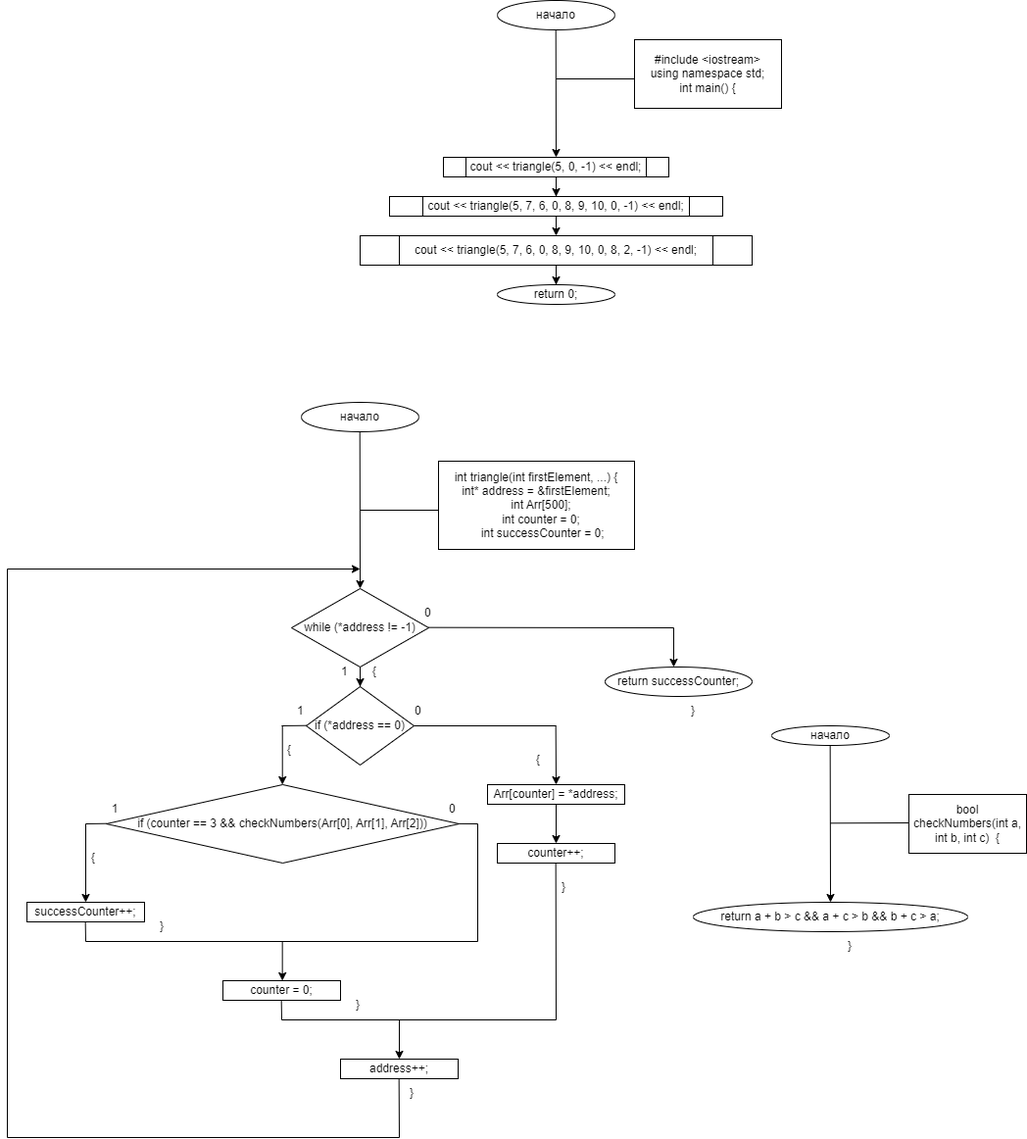
Earlier version of the draw.io export 7.2/Блок схема 7.2.png (BlackSerperior6/LabWork7). Source tidied: cells renumbered, new cells last; positions are measured from the earlier drawing's top-left corner, leaving out a move shared by most shapes. Source of this version:
```xml
<mxGraphModel>
  <root>
    <mxCell id="0" />
    <mxCell id="1" parent="0" />
    <mxCell id="2" value="начало" style="ellipse;whiteSpace=wrap;html=1;" parent="1" vertex="1">
      <mxGeometry x="500" width="120" height="30" as="geometry" />
    </mxCell>
    <mxCell id="3" style="endArrow=none;html=1;rounded=0;" parent="1" edge="1">
      <mxGeometry relative="1" as="geometry">
        <mxPoint x="560" y="80" as="sourcePoint" />
        <mxPoint x="640" y="80" as="targetPoint" />
      </mxGeometry>
    </mxCell>
    <mxCell id="4" value="&lt;div&gt;&lt;div&gt;#include &amp;lt;iostream&amp;gt;&lt;/div&gt;&lt;div&gt;using namespace std;&lt;/div&gt;&lt;/div&gt;&lt;div&gt;int main()&amp;nbsp;&lt;span style=&quot;background-color: initial;&quot;&gt;{&lt;/span&gt;&lt;/div&gt;" style="rounded=0;whiteSpace=wrap;html=1;" parent="1" vertex="1">
      <mxGeometry x="640" y="40" width="150" height="70" as="geometry" />
    </mxCell>
    <mxCell id="5" style="endArrow=classic;html=1;rounded=0;" parent="1" edge="1">
      <mxGeometry relative="1" as="geometry">
        <mxPoint x="559.7" y="30" as="sourcePoint" />
        <mxPoint x="560" y="160" as="targetPoint" />
      </mxGeometry>
    </mxCell>
    <mxCell id="6" style="edgeStyle=orthogonalEdgeStyle;rounded=0;jettySize=auto;html=1;entryX=0.5;entryY=0;entryDx=0;entryDy=0;" parent="1" edge="1" source="7" target="9">
      <mxGeometry relative="1" as="geometry" />
    </mxCell>
    <mxCell id="7" value="cout &amp;lt;&amp;lt; triangle(5, 0, -1) &amp;lt;&amp;lt; endl;" style="shape=process;whiteSpace=wrap;html=1;backgroundOutline=1;" parent="1" vertex="1">
      <mxGeometry x="445" y="160" width="230" height="20" as="geometry" />
    </mxCell>
    <mxCell id="8" style="edgeStyle=orthogonalEdgeStyle;rounded=0;jettySize=auto;html=1;entryX=0.5;entryY=0;entryDx=0;entryDy=0;" parent="1" edge="1" source="9">
      <mxGeometry relative="1" as="geometry">
        <mxPoint x="560" y="240" as="targetPoint" />
      </mxGeometry>
    </mxCell>
    <mxCell id="9" value="cout &amp;lt;&amp;lt; triangle(5, 7, 6, 0, 8, 9, 10, 0, -1) &amp;lt;&amp;lt; endl;" style="shape=process;whiteSpace=wrap;html=1;backgroundOutline=1;" parent="1" vertex="1">
      <mxGeometry x="390" y="200" width="340" height="20" as="geometry" />
    </mxCell>
    <mxCell id="10" value="return 0;" style="ellipse;whiteSpace=wrap;html=1;" parent="1" vertex="1">
      <mxGeometry x="500" y="290" width="120" height="20" as="geometry" />
    </mxCell>
    <mxCell id="11" value="начало" style="ellipse;whiteSpace=wrap;html=1;" parent="1" vertex="1">
      <mxGeometry x="300" y="410" width="120" height="30" as="geometry" />
    </mxCell>
    <mxCell id="12" style="endArrow=classic;html=1;rounded=0;" parent="1" edge="1">
      <mxGeometry relative="1" as="geometry">
        <mxPoint x="359.7" y="440" as="sourcePoint" />
        <mxPoint x="360" y="600" as="targetPoint" />
      </mxGeometry>
    </mxCell>
    <mxCell id="13" style="endArrow=none;html=1;rounded=0;" parent="1" edge="1">
      <mxGeometry relative="1" as="geometry">
        <mxPoint x="360" y="520" as="sourcePoint" />
        <mxPoint x="440" y="520" as="targetPoint" />
      </mxGeometry>
    </mxCell>
    <mxCell id="14" value="&lt;div&gt;int triangle(int firstElement, ...)&amp;nbsp;&lt;span style=&quot;background-color: initial;&quot;&gt;{&lt;/span&gt;&lt;/div&gt;&lt;div&gt;int* address = &amp;amp;firstElement;&lt;span style=&quot;&quot;&gt;&lt;/span&gt;&lt;/div&gt;&lt;div&gt;&lt;span style=&quot;&quot;&gt;&lt;span style=&quot;&quot;&gt;&lt;span style=&quot;white-space: pre;&quot;&gt;&amp;nbsp;&amp;nbsp;&amp;nbsp;&amp;nbsp;&lt;/span&gt;&lt;/span&gt;int Arr[500];&amp;nbsp;&lt;/span&gt;&lt;/div&gt;&lt;div&gt;&lt;span style=&quot;&quot;&gt;&lt;span style=&quot;&quot;&gt;&lt;span style=&quot;white-space: pre;&quot;&gt;&amp;nbsp;&amp;nbsp;&amp;nbsp;&amp;nbsp;&lt;/span&gt;&lt;/span&gt;int counter = 0;&amp;nbsp;&lt;/span&gt;&lt;/div&gt;&lt;div&gt;&lt;span style=&quot;&quot;&gt;&lt;span style=&quot;&quot;&gt;&lt;span style=&quot;white-space: pre;&quot;&gt;&amp;nbsp;&amp;nbsp;&amp;nbsp;&amp;nbsp;&lt;/span&gt;&lt;/span&gt;int successCounter = 0;&lt;/span&gt;&lt;/div&gt;" style="rounded=0;whiteSpace=wrap;html=1;" parent="1" vertex="1">
      <mxGeometry x="440" y="470" width="200" height="90" as="geometry" />
    </mxCell>
    <mxCell id="15" style="edgeStyle=orthogonalEdgeStyle;rounded=0;jettySize=auto;html=1;entryX=0.5;entryY=0;entryDx=0;entryDy=0;" parent="1" edge="1" source="16" target="10">
      <mxGeometry relative="1" as="geometry" />
    </mxCell>
    <mxCell id="16" value="cout &amp;lt;&amp;lt; triangle(5, 7, 6, 0, 8, 9, 10, 0, 8, 2, -1) &amp;lt;&amp;lt; endl;" style="shape=process;whiteSpace=wrap;html=1;backgroundOutline=1;" parent="1" vertex="1">
      <mxGeometry x="360" y="240" width="400" height="30" as="geometry" />
    </mxCell>
    <mxCell id="17" style="edgeStyle=orthogonalEdgeStyle;rounded=0;jettySize=auto;html=1;entryX=0.5;entryY=0;entryDx=0;entryDy=0;" parent="1" edge="1" source="18" target="19">
      <mxGeometry relative="1" as="geometry" />
    </mxCell>
    <mxCell id="18" value="while (*address != -1)" style="rhombus;whiteSpace=wrap;html=1;" parent="1" vertex="1">
      <mxGeometry x="290" y="600" width="140" height="80" as="geometry" />
    </mxCell>
    <mxCell id="19" value="if (*address == 0)" style="rhombus;whiteSpace=wrap;html=1;" parent="1" vertex="1">
      <mxGeometry x="305" y="700" width="110" height="80" as="geometry" />
    </mxCell>
    <mxCell id="20" style="endArrow=none;html=1;rounded=0;" parent="1" edge="1">
      <mxGeometry relative="1" as="geometry">
        <mxPoint x="280" y="740" as="sourcePoint" />
        <mxPoint x="305" y="739.7" as="targetPoint" />
      </mxGeometry>
    </mxCell>
    <mxCell id="21" value="if (counter == 3 &amp;amp;&amp;amp; checkNumbers(Arr[0], Arr[1], Arr[2]))" style="rhombus;whiteSpace=wrap;html=1;" parent="1" vertex="1">
      <mxGeometry x="101" y="800" width="360" height="80" as="geometry" />
    </mxCell>
    <mxCell id="22" style="endArrow=none;html=1;rounded=0;" parent="1" edge="1">
      <mxGeometry relative="1" as="geometry">
        <mxPoint x="80" y="840" as="sourcePoint" />
        <mxPoint x="101" y="839.7" as="targetPoint" />
      </mxGeometry>
    </mxCell>
    <mxCell id="23" style="endArrow=classic;html=1;rounded=0;" parent="1" edge="1">
      <mxGeometry relative="1" as="geometry">
        <mxPoint x="80" y="840" as="sourcePoint" />
        <mxPoint x="80" y="920" as="targetPoint" />
      </mxGeometry>
    </mxCell>
    <mxCell id="24" style="endArrow=classic;html=1;rounded=0;" parent="1" edge="1">
      <mxGeometry relative="1" as="geometry">
        <mxPoint x="280.7" y="740" as="sourcePoint" />
        <mxPoint x="280.7" y="800" as="targetPoint" />
      </mxGeometry>
    </mxCell>
    <mxCell id="25" value="successCounter++;" style="rounded=0;whiteSpace=wrap;html=1;" parent="1" vertex="1">
      <mxGeometry x="20" y="920" width="120" height="20" as="geometry" />
    </mxCell>
    <mxCell id="26" style="endArrow=none;html=1;rounded=0;" parent="1" edge="1">
      <mxGeometry relative="1" as="geometry">
        <mxPoint x="461" y="839.9" as="sourcePoint" />
        <mxPoint x="480" y="840" as="targetPoint" />
      </mxGeometry>
    </mxCell>
    <mxCell id="27" style="endArrow=none;html=1;rounded=0;" parent="1" edge="1">
      <mxGeometry relative="1" as="geometry">
        <mxPoint x="480" y="960" as="sourcePoint" />
        <mxPoint x="480" y="840" as="targetPoint" />
      </mxGeometry>
    </mxCell>
    <mxCell id="28" style="endArrow=none;html=1;rounded=0;" parent="1" edge="1">
      <mxGeometry relative="1" as="geometry">
        <mxPoint x="79.7" y="940" as="sourcePoint" />
        <mxPoint x="80" y="960" as="targetPoint" />
      </mxGeometry>
    </mxCell>
    <mxCell id="29" style="endArrow=none;html=1;rounded=0;" parent="1" edge="1">
      <mxGeometry relative="1" as="geometry">
        <mxPoint x="80" y="960" as="sourcePoint" />
        <mxPoint x="480" y="960" as="targetPoint" />
      </mxGeometry>
    </mxCell>
    <mxCell id="30" style="endArrow=classic;html=1;rounded=0;" parent="1" edge="1">
      <mxGeometry relative="1" as="geometry">
        <mxPoint x="280.7" y="960" as="sourcePoint" />
        <mxPoint x="280.7" y="1000" as="targetPoint" />
      </mxGeometry>
    </mxCell>
    <mxCell id="31" value="counter = 0;" style="rounded=0;whiteSpace=wrap;html=1;" parent="1" vertex="1">
      <mxGeometry x="220" y="1000" width="120" height="20" as="geometry" />
    </mxCell>
    <mxCell id="32" value="1" style="text;html=1;strokeColor=none;fillColor=none;align=center;verticalAlign=middle;whiteSpace=wrap;rounded=0;" parent="1" vertex="1">
      <mxGeometry x="80" y="810" width="60" height="30" as="geometry" />
    </mxCell>
    <mxCell id="33" value="0" style="text;strokeColor=none;fillColor=none;align=left;verticalAlign=middle;spacingLeft=4;spacingRight=4;overflow=hidden;whiteSpace=wrap;html=1;" parent="1" vertex="1">
      <mxGeometry x="445" y="810" width="80" height="30" as="geometry" />
    </mxCell>
    <mxCell id="34" value="1" style="text;strokeColor=none;fillColor=none;align=left;verticalAlign=middle;spacingLeft=4;spacingRight=4;overflow=hidden;whiteSpace=wrap;html=1;" parent="1" vertex="1">
      <mxGeometry x="290" y="710" width="80" height="30" as="geometry" />
    </mxCell>
    <mxCell id="35" value="{" style="text;strokeColor=none;fillColor=none;align=left;verticalAlign=middle;spacingLeft=4;spacingRight=4;overflow=hidden;whiteSpace=wrap;html=1;" parent="1" vertex="1">
      <mxGeometry x="80" y="860" width="80" height="30" as="geometry" />
    </mxCell>
    <mxCell id="36" value="}" style="text;strokeColor=none;fillColor=none;align=left;verticalAlign=middle;spacingLeft=4;spacingRight=4;overflow=hidden;whiteSpace=wrap;html=1;" parent="1" vertex="1">
      <mxGeometry x="150" y="930" width="80" height="30" as="geometry" />
    </mxCell>
    <mxCell id="37" style="endArrow=none;html=1;rounded=0;" parent="1" edge="1">
      <mxGeometry relative="1" as="geometry">
        <mxPoint x="415" y="740" as="sourcePoint" />
        <mxPoint x="560" y="740" as="targetPoint" />
      </mxGeometry>
    </mxCell>
    <mxCell id="38" value="0" style="text;strokeColor=none;fillColor=none;align=left;verticalAlign=middle;spacingLeft=4;spacingRight=4;overflow=hidden;whiteSpace=wrap;html=1;" parent="1" vertex="1">
      <mxGeometry x="410" y="710" width="80" height="30" as="geometry" />
    </mxCell>
    <mxCell id="39" style="endArrow=classic;html=1;rounded=0;" parent="1" edge="1">
      <mxGeometry relative="1" as="geometry">
        <mxPoint x="559.7" y="740" as="sourcePoint" />
        <mxPoint x="560" y="800" as="targetPoint" />
      </mxGeometry>
    </mxCell>
    <mxCell id="40" style="edgeStyle=orthogonalEdgeStyle;rounded=0;jettySize=auto;html=1;entryX=0.5;entryY=0;entryDx=0;entryDy=0;" parent="1" edge="1" source="41" target="42">
      <mxGeometry relative="1" as="geometry" />
    </mxCell>
    <mxCell id="41" value="Arr[counter] = *address;" style="rounded=0;whiteSpace=wrap;html=1;" parent="1" vertex="1">
      <mxGeometry x="490" y="800" width="140" height="20" as="geometry" />
    </mxCell>
    <mxCell id="42" value="counter++;" style="rounded=0;whiteSpace=wrap;html=1;" parent="1" vertex="1">
      <mxGeometry x="500" y="860" width="120" height="20" as="geometry" />
    </mxCell>
    <mxCell id="43" value="{" style="text;strokeColor=none;fillColor=none;align=left;verticalAlign=middle;spacingLeft=4;spacingRight=4;overflow=hidden;whiteSpace=wrap;html=1;" parent="1" vertex="1">
      <mxGeometry x="534" y="760" width="80" height="30" as="geometry" />
    </mxCell>
    <mxCell id="44" style="endArrow=none;html=1;rounded=0;" parent="1" edge="1">
      <mxGeometry relative="1" as="geometry">
        <mxPoint x="559.7" y="880" as="sourcePoint" />
        <mxPoint x="560" y="1040" as="targetPoint" />
      </mxGeometry>
    </mxCell>
    <mxCell id="45" style="endArrow=none;html=1;rounded=0;" parent="1" edge="1">
      <mxGeometry relative="1" as="geometry">
        <mxPoint x="279.7" y="1020" as="sourcePoint" />
        <mxPoint x="280" y="1040" as="targetPoint" />
      </mxGeometry>
    </mxCell>
    <mxCell id="46" style="endArrow=none;html=1;rounded=0;" parent="1" edge="1">
      <mxGeometry relative="1" as="geometry">
        <mxPoint x="280" y="1040" as="sourcePoint" />
        <mxPoint x="560" y="1040" as="targetPoint" />
      </mxGeometry>
    </mxCell>
    <mxCell id="47" style="endArrow=classic;html=1;rounded=0;" parent="1" edge="1">
      <mxGeometry relative="1" as="geometry">
        <mxPoint x="400" y="1040" as="sourcePoint" />
        <mxPoint x="400" y="1080" as="targetPoint" />
      </mxGeometry>
    </mxCell>
    <mxCell id="48" value="address++;" style="rounded=0;whiteSpace=wrap;html=1;" parent="1" vertex="1">
      <mxGeometry x="340" y="1080" width="120" height="20" as="geometry" />
    </mxCell>
    <mxCell id="49" value="{" style="text;strokeColor=none;fillColor=none;align=left;verticalAlign=middle;spacingLeft=4;spacingRight=4;overflow=hidden;whiteSpace=wrap;html=1;" parent="1" vertex="1">
      <mxGeometry x="280" y="750" width="80" height="30" as="geometry" />
    </mxCell>
    <mxCell id="50" value="}" style="text;strokeColor=none;fillColor=none;align=left;verticalAlign=middle;spacingLeft=4;spacingRight=4;overflow=hidden;whiteSpace=wrap;html=1;" parent="1" vertex="1">
      <mxGeometry x="560" y="890" width="80" height="30" as="geometry" />
    </mxCell>
    <mxCell id="51" value="}" style="text;strokeColor=none;fillColor=none;align=left;verticalAlign=middle;spacingLeft=4;spacingRight=4;overflow=hidden;whiteSpace=wrap;html=1;" parent="1" vertex="1">
      <mxGeometry x="350" y="1010" width="80" height="30" as="geometry" />
    </mxCell>
    <mxCell id="52" value="1" style="text;strokeColor=none;fillColor=none;align=left;verticalAlign=middle;spacingLeft=4;spacingRight=4;overflow=hidden;whiteSpace=wrap;html=1;" parent="1" vertex="1">
      <mxGeometry x="335" y="670" width="80" height="30" as="geometry" />
    </mxCell>
    <mxCell id="53" value="{" style="text;html=1;strokeColor=none;fillColor=none;align=center;verticalAlign=middle;whiteSpace=wrap;rounded=0;" parent="1" vertex="1">
      <mxGeometry x="345" y="670" width="60" height="30" as="geometry" />
    </mxCell>
    <mxCell id="54" style="endArrow=none;html=1;rounded=0;" parent="1" edge="1">
      <mxGeometry relative="1" as="geometry">
        <mxPoint x="400" y="1160" as="sourcePoint" />
        <mxPoint x="399.7" y="1100" as="targetPoint" />
      </mxGeometry>
    </mxCell>
    <mxCell id="55" style="endArrow=none;html=1;rounded=0;" parent="1" edge="1">
      <mxGeometry relative="1" as="geometry">
        <mxPoint y="1160" as="sourcePoint" />
        <mxPoint x="400" y="1160" as="targetPoint" />
      </mxGeometry>
    </mxCell>
    <mxCell id="56" style="endArrow=none;html=1;rounded=0;" parent="1" edge="1">
      <mxGeometry relative="1" as="geometry">
        <mxPoint y="1160" as="sourcePoint" />
        <mxPoint y="580" as="targetPoint" />
      </mxGeometry>
    </mxCell>
    <mxCell id="57" style="endArrow=classic;html=1;rounded=0;" parent="1" edge="1">
      <mxGeometry relative="1" as="geometry">
        <mxPoint y="580" as="sourcePoint" />
        <mxPoint x="360" y="580" as="targetPoint" />
      </mxGeometry>
    </mxCell>
    <mxCell id="58" value="}" style="text;strokeColor=none;fillColor=none;align=left;verticalAlign=middle;spacingLeft=4;spacingRight=4;overflow=hidden;whiteSpace=wrap;html=1;" parent="1" vertex="1">
      <mxGeometry x="405" y="1100" width="80" height="30" as="geometry" />
    </mxCell>
    <mxCell id="59" style="endArrow=none;html=1;rounded=0;" parent="1" edge="1">
      <mxGeometry relative="1" as="geometry">
        <mxPoint x="430" y="639.7" as="sourcePoint" />
        <mxPoint x="680" y="640" as="targetPoint" />
      </mxGeometry>
    </mxCell>
    <mxCell id="60" style="endArrow=classic;html=1;rounded=0;" parent="1" edge="1">
      <mxGeometry relative="1" as="geometry">
        <mxPoint x="680" y="640" as="sourcePoint" />
        <mxPoint x="680" y="680" as="targetPoint" />
      </mxGeometry>
    </mxCell>
    <mxCell id="61" value="return successCounter;" style="ellipse;whiteSpace=wrap;html=1;" parent="1" vertex="1">
      <mxGeometry x="610" y="680" width="150" height="30" as="geometry" />
    </mxCell>
    <mxCell id="62" value="0" style="text;strokeColor=none;fillColor=none;align=left;verticalAlign=middle;spacingLeft=4;spacingRight=4;overflow=hidden;whiteSpace=wrap;html=1;" parent="1" vertex="1">
      <mxGeometry x="420" y="610" width="80" height="30" as="geometry" />
    </mxCell>
    <mxCell id="63" value="начало" style="ellipse;whiteSpace=wrap;html=1;" parent="1" vertex="1">
      <mxGeometry x="780" y="740" width="120" height="20" as="geometry" />
    </mxCell>
    <mxCell id="64" style="endArrow=classic;html=1;rounded=0;" parent="1" edge="1">
      <mxGeometry relative="1" as="geometry">
        <mxPoint x="839.7" y="760" as="sourcePoint" />
        <mxPoint x="840" y="920" as="targetPoint" />
      </mxGeometry>
    </mxCell>
    <mxCell id="65" value="}" style="text;html=1;strokeColor=none;fillColor=none;align=center;verticalAlign=middle;whiteSpace=wrap;rounded=0;" parent="1" vertex="1">
      <mxGeometry x="670" y="710" width="60" height="30" as="geometry" />
    </mxCell>
    <mxCell id="66" style="endArrow=none;html=1;rounded=0;" parent="1" edge="1">
      <mxGeometry relative="1" as="geometry">
        <mxPoint x="840" y="839.3" as="sourcePoint" />
        <mxPoint x="920" y="839" as="targetPoint" />
      </mxGeometry>
    </mxCell>
    <mxCell id="67" value="&lt;div&gt;bool checkNumbers(int a, int b, int c)&amp;nbsp;&amp;nbsp;&lt;span style=&quot;background-color: initial;&quot;&gt;{&lt;/span&gt;&lt;/div&gt;" style="rounded=0;whiteSpace=wrap;html=1;" parent="1" vertex="1">
      <mxGeometry x="920" y="810" width="120" height="60" as="geometry" />
    </mxCell>
    <mxCell id="68" value="return a + b &amp;gt; c &amp;amp;&amp;amp; a + c &amp;gt; b &amp;amp;&amp;amp; b + c &amp;gt; a;" style="ellipse;whiteSpace=wrap;html=1;" parent="1" vertex="1">
      <mxGeometry x="700" y="920" width="280" height="30" as="geometry" />
    </mxCell>
    <mxCell id="69" value="}" style="text;html=1;strokeColor=none;fillColor=none;align=center;verticalAlign=middle;whiteSpace=wrap;rounded=0;" parent="1" vertex="1">
      <mxGeometry x="830" y="950" width="60" height="30" as="geometry" />
    </mxCell>
  </root>
</mxGraphModel>
```
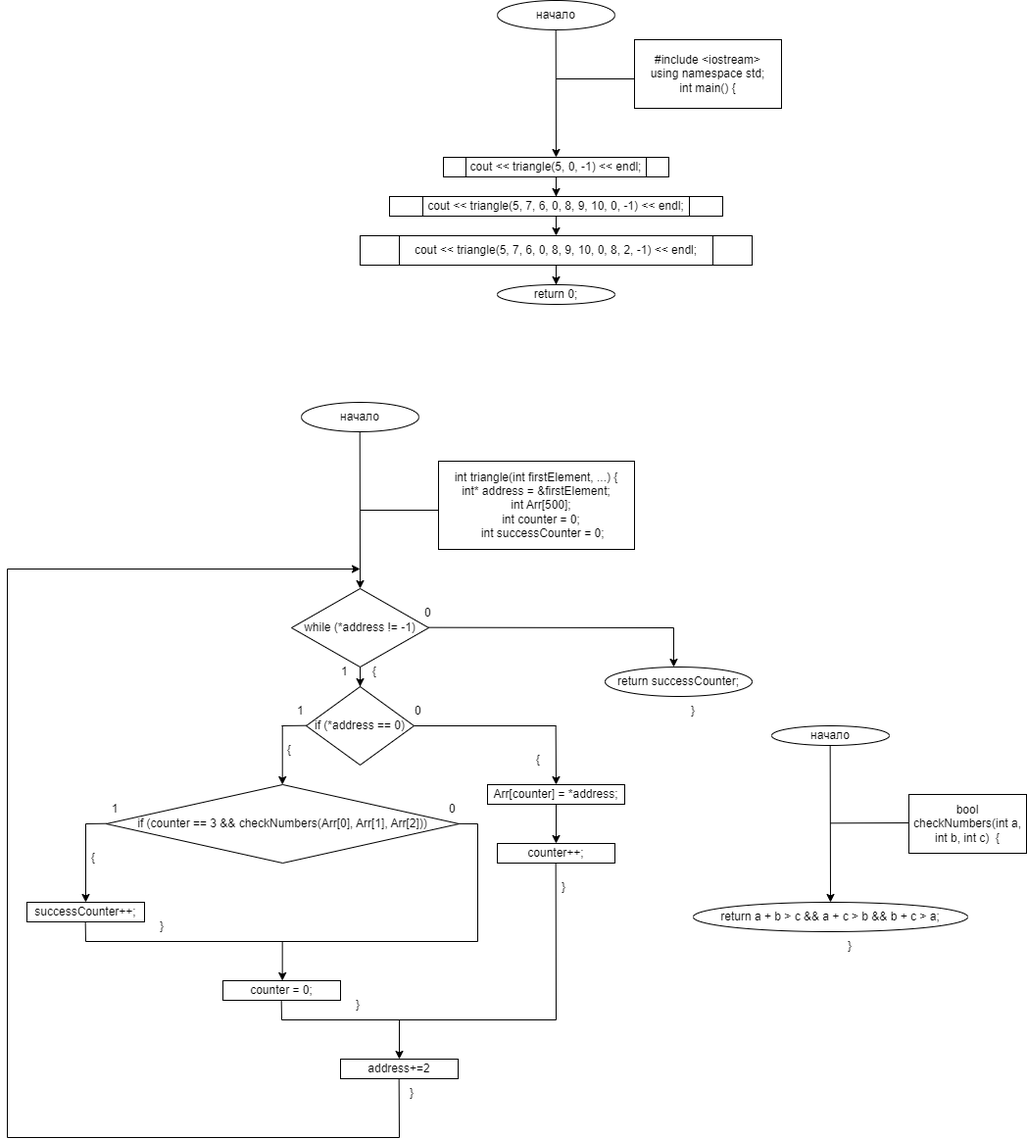
Above is the later version.

Commit message:
Мелкая правка в 7.2 блок схему

The edit, as a diff of the source:
```diff
@@ -199,7 +199,7 @@
         <mxPoint x="400" y="1080" as="targetPoint" />
       </mxGeometry>
     </mxCell>
-    <mxCell id="48" value="address++;" style="rounded=0;whiteSpace=wrap;html=1;" parent="1" vertex="1">
+    <mxCell id="48" value="address+=2" style="rounded=0;whiteSpace=wrap;html=1;" parent="1" vertex="1">
       <mxGeometry x="340" y="1080" width="120" height="20" as="geometry" />
     </mxCell>
     <mxCell id="49" value="{" style="text;strokeColor=none;fillColor=none;align=left;verticalAlign=middle;spacingLeft=4;spacingRight=4;overflow=hidden;whiteSpace=wrap;html=1;" parent="1" vertex="1">
```
